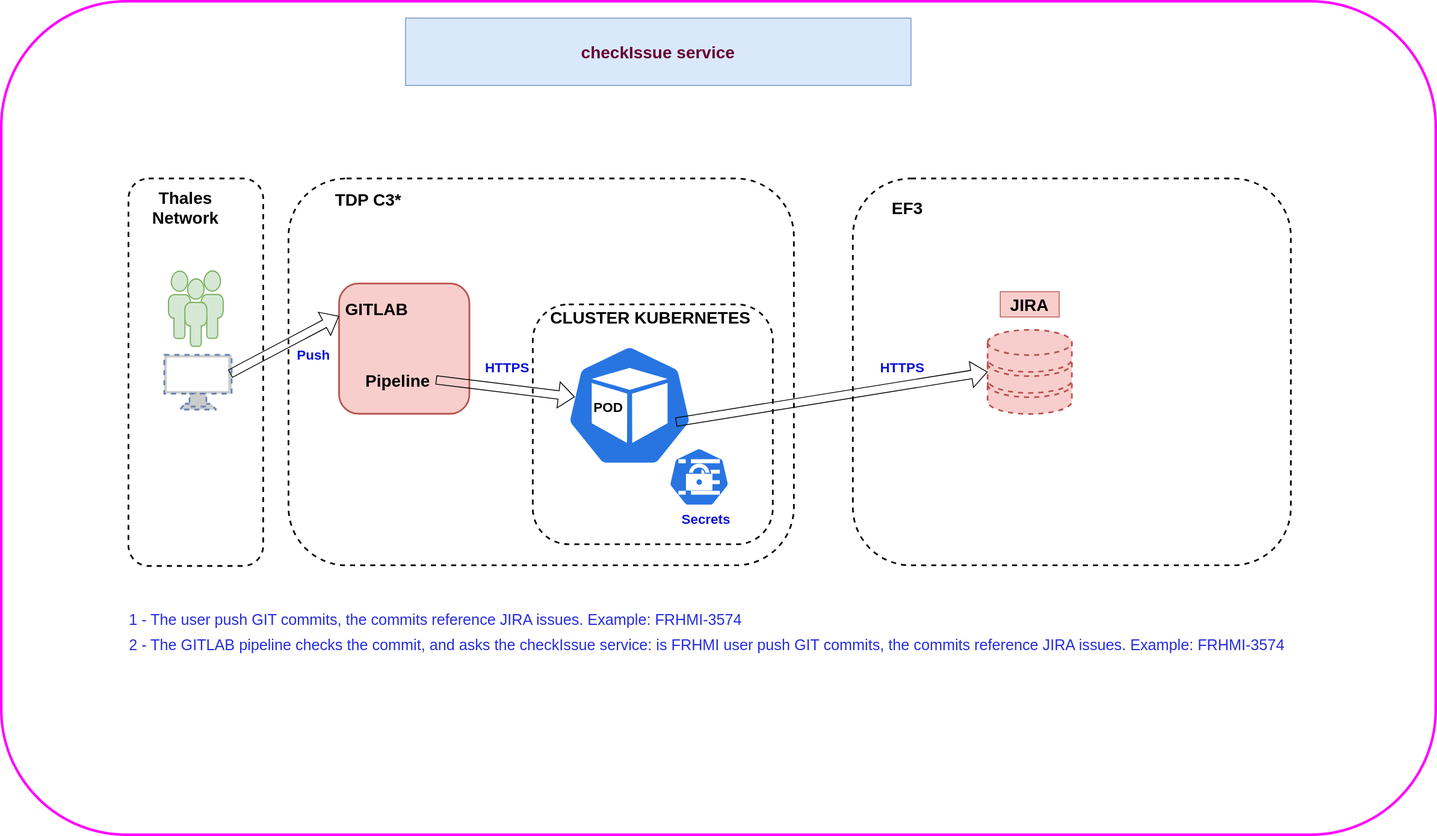
Above: tech/Service checkIssue.svg in alaindelanay/drawings (draw.io), before the change. Source tidied: cells renumbered, new cells last; positions are measured from the earlier drawing's top-left corner, leaving out a move shared by most shapes. The source it was exported from:
```xml
<mxGraphModel background="#FFFFFF">
  <root>
    <mxCell id="0" />
    <mxCell id="1" parent="0" />
    <mxCell id="2" style="rounded=1;whiteSpace=wrap;html=1;dashed=1;strokeWidth=2;fontSize=16;fontColor=#0b12d5;fillColor=none;" parent="1" vertex="1">
      <mxGeometry x="151" y="210.5" width="160" height="460.2" as="geometry" />
    </mxCell>
    <mxCell id="3" style="rounded=1;whiteSpace=wrap;html=1;fillColor=none;strokeColor=#FF00FF;strokeWidth=3;perimeterSpacing=3;" parent="1" vertex="1">
      <mxGeometry width="1703" height="990" as="geometry" />
    </mxCell>
    <mxCell id="4" value="checkIssue service" style="rounded=0;whiteSpace=wrap;html=1;fillColor=#dae8fc;strokeColor=#6c8ebf;fontSize=20;fontStyle=1;fontColor=#660033;" parent="1" vertex="1">
      <mxGeometry x="480" y="20" width="600" height="80" as="geometry" />
    </mxCell>
    <mxCell id="5" style="verticalAlign=top;verticalLabelPosition=bottom;labelPosition=center;align=center;html=1;fillColor=#d5e8d4;strokeColor=#82b366;gradientDirection=north;strokeWidth=2;shape=mxgraph.networks.users;" parent="1" vertex="1">
      <mxGeometry x="198.5" y="320.2" width="65" height="89.5" as="geometry" />
    </mxCell>
    <mxCell id="6" style="rounded=1;whiteSpace=wrap;html=1;dashed=1;strokeWidth=2;fillColor=none;" parent="1" vertex="1">
      <mxGeometry x="341" y="210.5" width="600" height="459.5" as="geometry" />
    </mxCell>
    <mxCell id="7" style="rounded=1;whiteSpace=wrap;html=1;dashed=1;strokeWidth=2;fillColor=none;" parent="1" vertex="1">
      <mxGeometry x="1011" y="210.5" width="520" height="459.5" as="geometry" />
    </mxCell>
    <mxCell id="8" style="fontColor=#0066CC;verticalAlign=top;verticalLabelPosition=bottom;labelPosition=center;align=center;html=1;outlineConnect=0;fillColor=#CCCCCC;strokeColor=#6881B3;gradientColor=none;gradientDirection=north;strokeWidth=2;shape=mxgraph.networks.monitor;dashed=1;" parent="1" vertex="1">
      <mxGeometry x="193.5" y="420" width="80" height="65" as="geometry" />
    </mxCell>
    <mxCell id="9" style="verticalAlign=top;verticalLabelPosition=bottom;labelPosition=center;align=center;html=1;outlineConnect=0;fillColor=#f8cecc;strokeColor=#b85450;gradientDirection=north;strokeWidth=2;shape=mxgraph.networks.storage;dashed=1;" parent="1" vertex="1">
      <mxGeometry x="1171" y="390.2" width="100" height="100" as="geometry" />
    </mxCell>
    <mxCell id="10" value="JIRA" style="text;strokeColor=#b85450;align=center;fillColor=#f8cecc;html=1;verticalAlign=middle;whiteSpace=wrap;rounded=0;fontStyle=1;fontSize=20;" parent="1" vertex="1">
      <mxGeometry x="1186" y="345" width="70" height="30" as="geometry" />
    </mxCell>
    <mxCell id="11" value="TDP C3*" style="text;strokeColor=none;align=center;fillColor=none;html=1;verticalAlign=middle;whiteSpace=wrap;rounded=0;fontSize=20;fontStyle=1;" parent="1" vertex="1">
      <mxGeometry x="391" y="220" width="90" height="30" as="geometry" />
    </mxCell>
    <mxCell id="12" value="EF3" style="text;strokeColor=none;align=center;fillColor=none;html=1;verticalAlign=middle;whiteSpace=wrap;rounded=0;fontSize=20;fontStyle=1;" parent="1" vertex="1">
      <mxGeometry x="1031" y="230" width="90" height="30" as="geometry" />
    </mxCell>
    <mxCell id="13" style="sketch=0;html=1;dashed=0;whitespace=wrap;fillColor=#2875E2;strokeColor=#ffffff;verticalLabelPosition=bottom;align=center;verticalAlign=top;shape=mxgraph.kubernetes.icon;prIcon=pod;strokeWidth=2;fontSize=20;" parent="1" vertex="1">
      <mxGeometry x="671" y="380" width="150" height="200" as="geometry" />
    </mxCell>
    <mxCell id="14" value="&lt;b&gt;&lt;font style=&quot;font-size: 16px;&quot;&gt;POD&lt;/font&gt;&lt;/b&gt;" style="text;strokeColor=none;align=center;fillColor=none;html=1;verticalAlign=middle;whiteSpace=wrap;rounded=0;fontSize=20;" parent="1" vertex="1">
      <mxGeometry x="701" y="465" width="40" height="30" as="geometry" />
    </mxCell>
    <mxCell id="15" style="sketch=0;html=1;dashed=0;whitespace=wrap;fillColor=#2875E2;strokeColor=#ffffff;verticalLabelPosition=bottom;align=center;verticalAlign=top;shape=mxgraph.kubernetes.icon;prIcon=secret;strokeWidth=2;fontSize=20;" parent="1" vertex="1">
      <mxGeometry x="771" y="530" width="115" height="70" as="geometry" />
    </mxCell>
    <mxCell id="16" style="whiteSpace=wrap;html=1;dashed=1;strokeWidth=2;fontSize=16;fontColor=#0b12d5;fillColor=none;rounded=1;" parent="1" vertex="1">
      <mxGeometry x="631" y="360" width="285" height="285" as="geometry" />
    </mxCell>
    <mxCell id="17" value="CLUSTER KUBERNETES" style="text;strokeColor=none;align=center;fillColor=none;html=1;verticalAlign=middle;whiteSpace=wrap;rounded=0;fontSize=20;fontStyle=1;" parent="1" vertex="1">
      <mxGeometry x="641" y="360.2" width="260" height="30" as="geometry" />
    </mxCell>
    <mxCell id="18" style="whiteSpace=wrap;html=1;rounded=1;strokeWidth=2;fontSize=16;fillColor=#f8cecc;strokeColor=#b85450;" parent="1" vertex="1">
      <mxGeometry x="401" y="335.2" width="154.8" height="154.8" as="geometry" />
    </mxCell>
    <mxCell id="19" value="GITLAB" style="text;strokeColor=none;align=center;fillColor=none;html=1;verticalAlign=middle;whiteSpace=wrap;rounded=0;fontSize=20;fontStyle=1;" parent="1" vertex="1">
      <mxGeometry x="401" y="350" width="90" height="30" as="geometry" />
    </mxCell>
    <mxCell id="20" style="endArrow=classic;html=1;rounded=0;fontSize=16;fontColor=#0b12d5;exitX=0.978;exitY=0.346;exitDx=0;exitDy=0;exitPerimeter=0;entryX=0;entryY=0.25;entryDx=0;entryDy=0;shape=flexArrow;" parent="1" edge="1" source="8" target="18">
      <mxGeometry relative="1" as="geometry" />
    </mxCell>
    <mxCell id="21" value="Pipeline" style="text;strokeColor=none;align=center;fillColor=none;html=1;verticalAlign=middle;whiteSpace=wrap;rounded=0;fontSize=20;fontStyle=1;" parent="1" vertex="1">
      <mxGeometry x="426" y="434.8" width="90" height="30" as="geometry" />
    </mxCell>
    <mxCell id="22" style="endArrow=classic;html=1;rounded=0;fontSize=16;fontColor=#0b12d5;shape=flexArrow;exitX=1;exitY=0.5;exitDx=0;exitDy=0;" parent="1" edge="1" source="21">
      <mxGeometry relative="1" as="geometry">
        <mxPoint x="681" y="470" as="targetPoint" />
      </mxGeometry>
    </mxCell>
    <mxCell id="23" style="endArrow=classic;html=1;rounded=0;fontSize=16;fontColor=#0b12d5;shape=flexArrow;entryX=0;entryY=0.5;entryDx=0;entryDy=0;entryPerimeter=0;exitX=0.596;exitY=0.491;exitDx=0;exitDy=0;exitPerimeter=0;" parent="1" edge="1" source="16" target="9">
      <mxGeometry relative="1" as="geometry" />
    </mxCell>
    <mxCell id="24" value="&lt;b&gt;Push&lt;/b&gt;" style="text;strokeColor=none;align=center;fillColor=none;html=1;verticalAlign=middle;whiteSpace=wrap;rounded=0;fontSize=16;fontColor=#0b12d5;" parent="1" vertex="1">
      <mxGeometry x="341" y="404.8" width="60" height="30" as="geometry" />
    </mxCell>
    <mxCell id="25" value="&lt;b style=&quot;border-color: var(--border-color);&quot;&gt;HTTPS&lt;/b&gt;" style="text;strokeColor=none;align=center;fillColor=none;html=1;verticalAlign=middle;whiteSpace=wrap;rounded=0;fontSize=16;fontColor=#0b12d5;" parent="1" vertex="1">
      <mxGeometry x="571" y="420" width="60" height="30" as="geometry" />
    </mxCell>
    <mxCell id="26" value="&lt;b&gt;HTTPS&lt;/b&gt;" style="text;strokeColor=none;align=center;fillColor=none;html=1;verticalAlign=middle;whiteSpace=wrap;rounded=0;fontSize=16;fontColor=#0b12d5;" parent="1" vertex="1">
      <mxGeometry x="1040" y="420" width="60" height="30" as="geometry" />
    </mxCell>
    <mxCell id="27" value="Thales Network" style="text;strokeColor=none;align=center;fillColor=none;html=1;verticalAlign=middle;whiteSpace=wrap;rounded=0;fontSize=20;fontStyle=1;" parent="1" vertex="1">
      <mxGeometry x="173.5" y="230" width="90" height="30" as="geometry" />
    </mxCell>
    <mxCell id="28" value="&lt;b style=&quot;border-color: var(--border-color);&quot;&gt;Secrets&lt;/b&gt;" style="text;strokeColor=none;align=center;fillColor=none;html=1;verticalAlign=middle;whiteSpace=wrap;rounded=0;fontSize=16;fontColor=#0b12d5;" parent="1" vertex="1">
      <mxGeometry x="807" y="600" width="60" height="30" as="geometry" />
    </mxCell>
    <mxCell id="29" value="1 - The user push GIT commits, the commits reference JIRA issues. Example: FRHMI-3574" style="text;strokeColor=none;align=left;fillColor=none;html=1;verticalAlign=middle;whiteSpace=wrap;rounded=0;fontSize=18;fontColor=#272ddd;" parent="1" vertex="1">
      <mxGeometry x="150" y="720" width="1381" height="30" as="geometry" />
    </mxCell>
    <mxCell id="30" value="2 - The GITLAB pipeline checks the commit, and asks the checkIssue service: is FRHMI user push GIT commits, the commits reference JIRA issues. Example: FRHMI-3574" style="text;strokeColor=none;align=left;fillColor=none;html=1;verticalAlign=middle;whiteSpace=wrap;rounded=0;fontSize=18;fontColor=#272ddd;" parent="1" vertex="1">
      <mxGeometry x="150" y="750" width="1381" height="30" as="geometry" />
    </mxCell>
  </root>
</mxGraphModel>
```
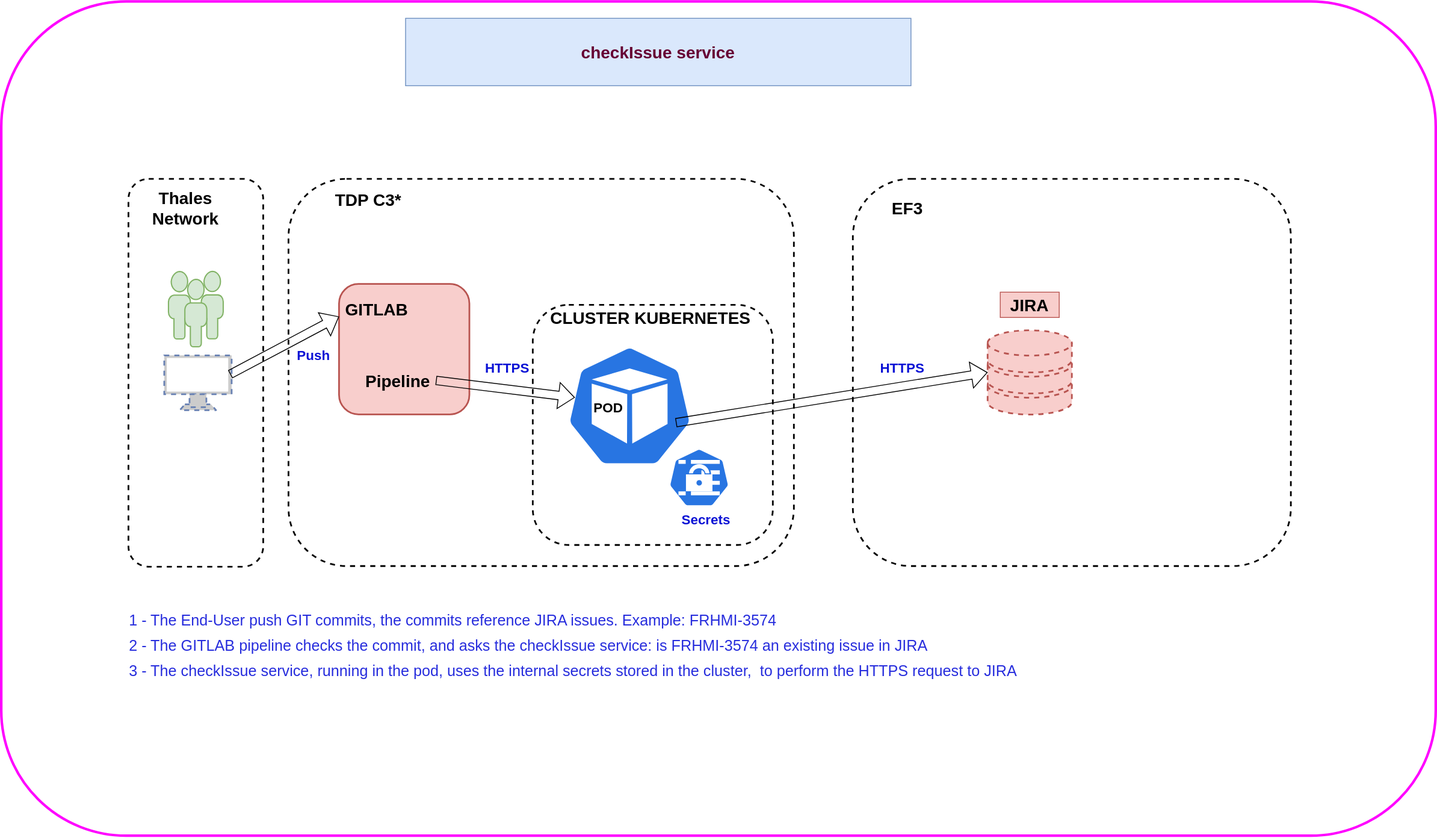
The same diagram one commit later.

Commit message:
Mettre à jour Service checkIssue.svg

Change to the diagram source:
```diff
@@ -85,11 +85,14 @@
     <mxCell id="28" value="&lt;b style=&quot;border-color: var(--border-color);&quot;&gt;Secrets&lt;/b&gt;" style="text;strokeColor=none;align=center;fillColor=none;html=1;verticalAlign=middle;whiteSpace=wrap;rounded=0;fontSize=16;fontColor=#0b12d5;" parent="1" vertex="1">
       <mxGeometry x="807" y="600" width="60" height="30" as="geometry" />
     </mxCell>
-    <mxCell id="29" value="1 - The user push GIT commits, the commits reference JIRA issues. Example: FRHMI-3574" style="text;strokeColor=none;align=left;fillColor=none;html=1;verticalAlign=middle;whiteSpace=wrap;rounded=0;fontSize=18;fontColor=#272ddd;" parent="1" vertex="1">
+    <mxCell id="29" value="1 - The End-User push GIT commits, the commits reference JIRA issues. Example: FRHMI-3574" style="text;strokeColor=none;align=left;fillColor=none;html=1;verticalAlign=middle;whiteSpace=wrap;rounded=0;fontSize=18;fontColor=#272ddd;" parent="1" vertex="1">
       <mxGeometry x="150" y="720" width="1381" height="30" as="geometry" />
     </mxCell>
-    <mxCell id="30" value="2 - The GITLAB pipeline checks the commit, and asks the checkIssue service: is FRHMI user push GIT commits, the commits reference JIRA issues. Example: FRHMI-3574" style="text;strokeColor=none;align=left;fillColor=none;html=1;verticalAlign=middle;whiteSpace=wrap;rounded=0;fontSize=18;fontColor=#272ddd;" parent="1" vertex="1">
+    <mxCell id="30" value="2 - The GITLAB pipeline checks the commit, and asks the checkIssue service: is FRHMI-3574 an existing issue in JIRA" style="text;strokeColor=none;align=left;fillColor=none;html=1;verticalAlign=middle;whiteSpace=wrap;rounded=0;fontSize=18;fontColor=#272ddd;" parent="1" vertex="1">
       <mxGeometry x="150" y="750" width="1381" height="30" as="geometry" />
     </mxCell>
+    <mxCell id="31" value="3 - The checkIssue service, running in the pod, uses the internal secrets stored in the cluster,&amp;nbsp; to perform the HTTPS request to JIRA" style="text;strokeColor=none;align=left;fillColor=none;html=1;verticalAlign=middle;whiteSpace=wrap;rounded=0;fontSize=18;fontColor=#272ddd;" parent="1" vertex="1">
+      <mxGeometry x="150" y="780" width="1381" height="30" as="geometry" />
+    </mxCell>
   </root>
 </mxGraphModel>
```
